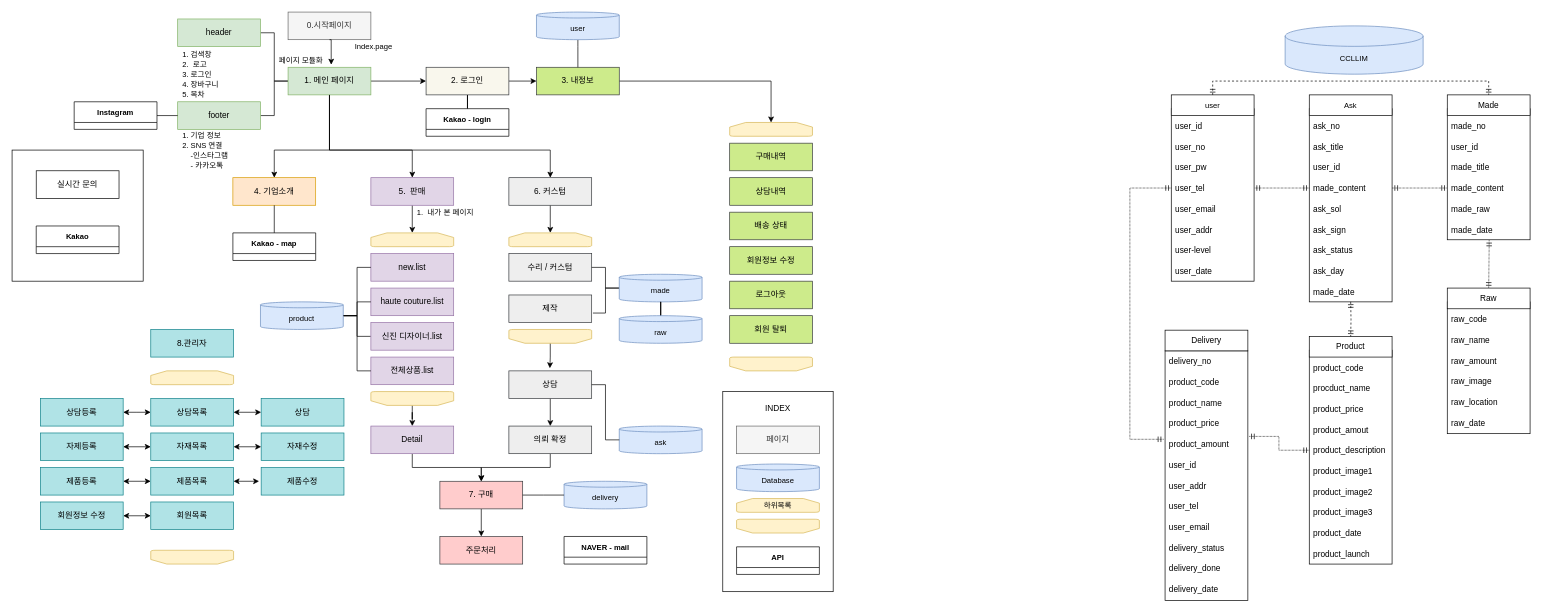
Earlier version of the draw.io diagram CCLLIM/CCLLIM.drawio (Kray273/JSPLab). Source tidied: cells renumbered, new cells numbered last; positions are measured from the earlier drawing's top-left corner, leaving out a move shared by most shapes. Both pictures are drawn from the tidied source at 69%, with x=0, y=0 at pixel (12, 12).
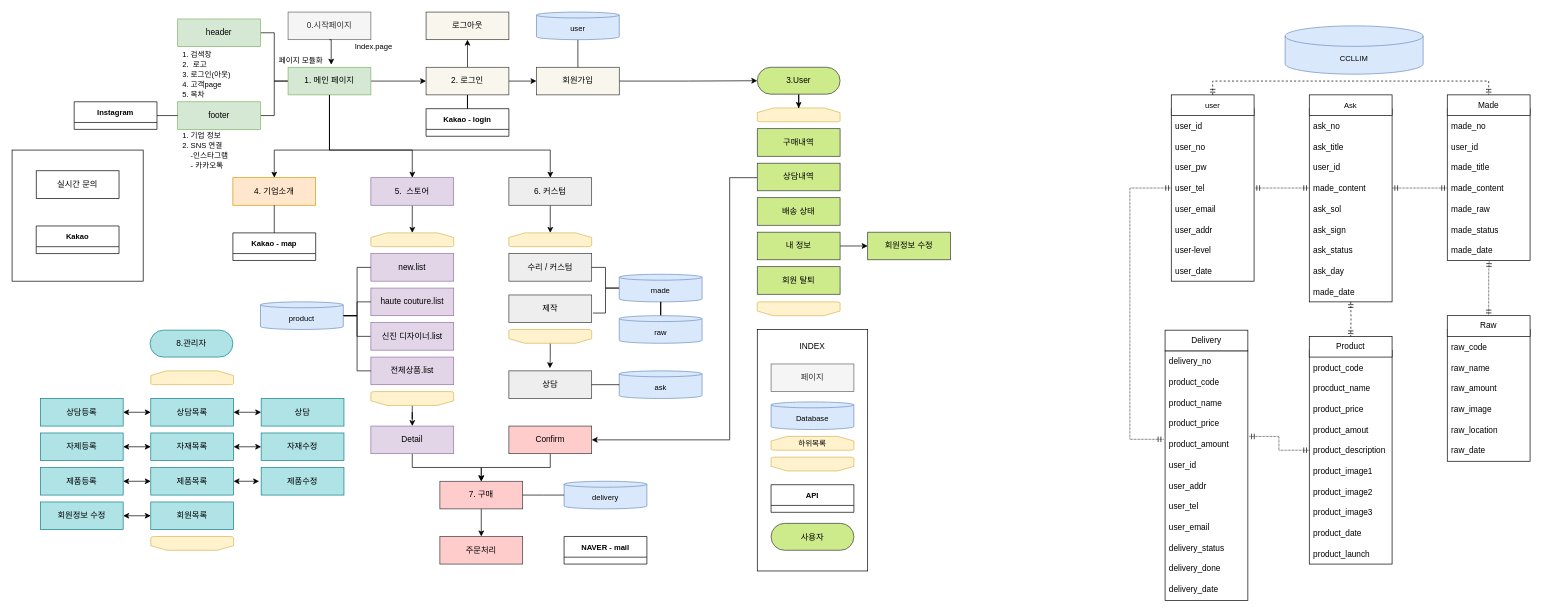
Above is the later version.

Unchanged cells that the change refers to:
```xml
<mxCell id="19" value="2. 로그인" style="rounded=0;whiteSpace=wrap;html=1;fillColor=#f9f7ed;strokeColor=#36393d;" parent="1" vertex="1">
  <mxGeometry x="600" y="80" width="120" height="40" as="geometry" />
</mxCell>
<mxCell id="35" value="상담" style="rounded=0;whiteSpace=wrap;html=1;fillColor=#eeeeee;strokeColor=#36393d;" parent="1" vertex="1">
  <mxGeometry x="720" y="520" width="120" height="40" as="geometry" />
</mxCell>
<mxCell id="134" value="Raw" style="rounded=0;whiteSpace=wrap;html=1;" parent="128" vertex="1">
  <mxGeometry width="120" height="30" as="geometry" />
</mxCell>
```

Change to the diagram source:
```diff
@@
-    <mxCell id="14" value="5.&amp;nbsp; 판매" style="rounded=0;whiteSpace=wrap;html=1;fillColor=#e1d5e7;strokeColor=#9673a6;" parent="1" vertex="1">
+    <mxCell id="14" value="5.&amp;nbsp; 스토어" style="rounded=0;whiteSpace=wrap;html=1;fillColor=#e1d5e7;strokeColor=#9673a6;" parent="1" vertex="1">
       <mxGeometry x="520" y="240" width="120" height="40" as="geometry" />
     </mxCell>
@@
+    <mxCell id="187" style="edgeStyle=orthogonalEdgeStyle;rounded=0;jettySize=auto;html=1;entryX=0.5;entryY=1;entryDx=0;entryDy=0;" parent="1" edge="1" source="19" target="191">
+      <mxGeometry relative="1" as="geometry" />
+    </mxCell>
@@
-    <mxCell id="20" style="edgeStyle=orthogonalEdgeStyle;rounded=0;jettySize=auto;html=1;entryX=0.5;entryY=0;entryDx=0;entryDy=0;entryPerimeter=0;fontSize=11;endArrow=classic;endFill=1;" parent="1" edge="1" source="21" target="59">
+    <mxCell id="20" style="edgeStyle=orthogonalEdgeStyle;rounded=0;jettySize=auto;html=1;fontSize=11;endArrow=classic;endFill=1;entryX=0;entryY=0.5;entryDx=0;entryDy=0;" parent="1" edge="1" source="21" target="193">
       <mxGeometry relative="1" as="geometry" />
     </mxCell>
-    <mxCell id="21" value="3. 내정보" style="rounded=0;whiteSpace=wrap;html=1;fillColor=#cdeb8b;strokeColor=#36393d;" parent="1" vertex="1">
+    <mxCell id="21" value="회원가입" style="rounded=0;whiteSpace=wrap;html=1;fillColor=#f9f7ed;strokeColor=#36393d;" parent="1" vertex="1">
       <mxGeometry x="760" y="80" width="120" height="40" as="geometry" />
     </mxCell>
@@
-    <mxCell id="24" value="&lt;span style=&quot;font-size: 11px;&quot;&gt;1. 검색창&lt;br&gt;2.&amp;nbsp; 로고&amp;nbsp;&lt;br&gt;3. 로그인&lt;br&gt;4. 장바구니&lt;br&gt;5. 목차&lt;br&gt;&lt;/span&gt;" style="text;html=1;strokeColor=none;fillColor=none;align=left;verticalAlign=middle;whiteSpace=wrap;rounded=0;spacingLeft=5;" parent="1" vertex="1">
+    <mxCell id="24" value="&lt;span style=&quot;font-size: 11px;&quot;&gt;1. 검색창&lt;br&gt;2.&amp;nbsp; 로고&amp;nbsp;&lt;br&gt;3. 로그인(아웃)&lt;br&gt;4. 고객page&lt;br&gt;5. 목차&lt;br&gt;&lt;/span&gt;" style="text;html=1;strokeColor=none;fillColor=none;align=left;verticalAlign=middle;whiteSpace=wrap;rounded=0;spacingLeft=5;" parent="1" vertex="1">
       <mxGeometry x="240" y="50" width="120" height="80" as="geometry" />
     </mxCell>
-    <mxCell id="25" value="&lt;span style=&quot;font-size: 11px;&quot;&gt;1.&amp;nbsp; 내가 본 페이지&lt;br&gt;&lt;/span&gt;" style="text;html=1;strokeColor=none;fillColor=none;align=left;verticalAlign=middle;whiteSpace=wrap;rounded=0;spacingLeft=5;" parent="1" vertex="1">
-      <mxGeometry x="580" y="270" width="120" height="40" as="geometry" />
-    </mxCell>
@@
-    <mxCell id="34" style="edgeStyle=orthogonalEdgeStyle;rounded=0;jettySize=auto;html=1;entryX=0.5;entryY=0;entryDx=0;entryDy=0;fontSize=11;endArrow=classic;endFill=1;" parent="1" edge="1" source="35" target="67">
-      <mxGeometry relative="1" as="geometry" />
-    </mxCell>
@@
     <mxCell id="46" value="ask" style="shape=cylinder3;whiteSpace=wrap;html=1;boundedLbl=1;backgroundOutline=1;size=4.285714285714278;fontSize=11;fillColor=#dae8fc;strokeColor=#6c8ebf;" parent="1" vertex="1">
-      <mxGeometry x="880" y="600" width="120" height="40" as="geometry" />
+      <mxGeometry x="880" y="520" width="120" height="40" as="geometry" />
     </mxCell>
@@
     <mxCell id="59" style="strokeWidth=1;html=1;shape=mxgraph.flowchart.loop_limit;whiteSpace=wrap;fontSize=11;fillColor=#fff2cc;strokeColor=#d6b656;" parent="1" vertex="1">
-      <mxGeometry x="1040" y="160" width="120" height="20" as="geometry" />
+      <mxGeometry x="1080" y="139" width="120" height="20" as="geometry" />
     </mxCell>
     <mxCell id="60" value="구매내역" style="rounded=0;whiteSpace=wrap;html=1;fillColor=#cdeb8b;strokeColor=#36393d;" parent="1" vertex="1">
-      <mxGeometry x="1040" y="190" width="120" height="40" as="geometry" />
+      <mxGeometry x="1080" y="169" width="120" height="40" as="geometry" />
     </mxCell>
+    <mxCell id="188" style="edgeStyle=orthogonalEdgeStyle;rounded=0;jettySize=auto;html=1;entryX=1;entryY=0.5;entryDx=0;entryDy=0;" parent="1" edge="1" source="61" target="67">
+      <mxGeometry relative="1" as="geometry">
+        <Array as="points">
+          <mxPoint x="1040" y="240" />
+          <mxPoint x="1040" y="620" />
+        </Array>
+      </mxGeometry>
+    </mxCell>
     <mxCell id="61" value="상담내역" style="rounded=0;whiteSpace=wrap;html=1;fillColor=#cdeb8b;strokeColor=#36393d;" parent="1" vertex="1">
-      <mxGeometry x="1040" y="240" width="120" height="40" as="geometry" />
+      <mxGeometry x="1080" y="219" width="120" height="40" as="geometry" />
     </mxCell>
     <mxCell id="62" value="배송 상태" style="rounded=0;whiteSpace=wrap;html=1;fillColor=#cdeb8b;strokeColor=#36393d;" parent="1" vertex="1">
-      <mxGeometry x="1040" y="290" width="120" height="40" as="geometry" />
+      <mxGeometry x="1080" y="269" width="120" height="40" as="geometry" />
     </mxCell>
     <mxCell id="63" value="회원정보 수정" style="rounded=0;whiteSpace=wrap;html=1;fillColor=#cdeb8b;strokeColor=#36393d;" parent="1" vertex="1">
-      <mxGeometry x="1040" y="340" width="120" height="40" as="geometry" />
+      <mxGeometry x="1240" y="319" width="120" height="40" as="geometry" />
     </mxCell>
+    <mxCell id="189" style="edgeStyle=orthogonalEdgeStyle;rounded=0;jettySize=auto;html=1;entryX=0;entryY=0.5;entryDx=0;entryDy=0;" parent="1" edge="1" source="64" target="63">
+      <mxGeometry relative="1" as="geometry" />
+    </mxCell>
-    <mxCell id="64" value="로그아웃" style="rounded=0;whiteSpace=wrap;html=1;fillColor=#cdeb8b;strokeColor=#36393d;" parent="1" vertex="1">
-      <mxGeometry x="1040" y="390" width="120" height="40" as="geometry" />
+    <mxCell id="64" value="내 정보" style="rounded=0;whiteSpace=wrap;html=1;fillColor=#cdeb8b;strokeColor=#36393d;" parent="1" vertex="1">
+      <mxGeometry x="1080" y="319" width="120" height="40" as="geometry" />
     </mxCell>
     <mxCell id="65" style="strokeWidth=1;html=1;shape=mxgraph.flowchart.loop_limit;whiteSpace=wrap;fontSize=11;direction=west;fillColor=#fff2cc;strokeColor=#d6b656;" parent="1" vertex="1">
-      <mxGeometry x="1040" y="500" width="120" height="20" as="geometry" />
+      <mxGeometry x="1080" y="420" width="120" height="20" as="geometry" />
     </mxCell>
@@
-    <mxCell id="67" value="의뢰 확정" style="rounded=0;whiteSpace=wrap;html=1;fillColor=#eeeeee;strokeColor=#36393d;" parent="1" vertex="1">
+    <mxCell id="67" value="Confirm" style="rounded=0;whiteSpace=wrap;html=1;fillColor=#ffcccc;strokeColor=#36393d;" parent="1" vertex="1">
       <mxGeometry x="720" y="600" width="120" height="40" as="geometry" />
     </mxCell>
@@
-    <mxCell id="119" style="group;" parent="1" vertex="1">
-      <mxGeometry x="2080" y="120" width="130" height="210" as="geometry" />
-    </mxCell>
-    <mxCell id="120" style="rounded=0;whiteSpace=wrap;html=1;" parent="119" vertex="1">
-      <mxGeometry y="20" width="120" height="190" as="geometry" />
-    </mxCell>
-    <mxCell id="121" value="made_title" style="text;strokeColor=none;fillColor=none;align=left;verticalAlign=middle;spacingLeft=4;spacingRight=4;overflow=hidden;" parent="119" vertex="1">
-      <mxGeometry y="90" width="120" height="30" as="geometry" />
-    </mxCell>
-    <mxCell id="122" value="user_id" style="text;strokeColor=none;fillColor=none;align=left;verticalAlign=middle;spacingLeft=4;spacingRight=4;overflow=hidden;" parent="119" vertex="1">
-      <mxGeometry y="60" width="120" height="30" as="geometry" />
-    </mxCell>
-    <mxCell id="123" value="made_content" style="text;strokeColor=none;fillColor=none;align=left;verticalAlign=middle;spacingLeft=4;spacingRight=4;overflow=hidden;points=[[0,0.5],[1,0.5]];portConstraint=eastwest;" parent="119" vertex="1">
-      <mxGeometry y="120" width="120" height="30" as="geometry" />
-    </mxCell>
-    <mxCell id="124" value="made_raw" style="text;strokeColor=none;fillColor=none;align=left;verticalAlign=middle;spacingLeft=4;spacingRight=4;overflow=hidden;" parent="119" vertex="1">
-      <mxGeometry y="150" width="120" height="30" as="geometry" />
-    </mxCell>
-    <mxCell id="125" value="made_date" style="text;strokeColor=none;fillColor=none;align=left;verticalAlign=middle;spacingLeft=4;spacingRight=4;overflow=hidden;points=[[0,0.5],[1,0.5]];portConstraint=eastwest;" parent="119" vertex="1">
-      <mxGeometry y="180" width="120" height="30" as="geometry" />
-    </mxCell>
-    <mxCell id="126" value="made_no    " style="text;strokeColor=none;fillColor=none;align=left;verticalAlign=middle;spacingLeft=4;spacingRight=4;overflow=hidden;" parent="119" vertex="1">
-      <mxGeometry y="30" width="130" height="30" as="geometry" />
-    </mxCell>
-    <mxCell id="127" value="&lt;span style=&quot;&quot;&gt;Made&lt;/span&gt;" style="rounded=0;whiteSpace=wrap;html=1;" parent="119" vertex="1">
-      <mxGeometry width="120" height="30" as="geometry" />
-    </mxCell>
     <mxCell id="128" style="group;" parent="1" vertex="1">
-      <mxGeometry x="2080" y="400" width="130" height="211" as="geometry" />
+      <mxGeometry x="2080" y="440" width="130" height="211" as="geometry" />
     </mxCell>
@@
-    <mxCell id="154" style="rounded=0;jettySize=auto;html=1;entryX=0.5;entryY=0;entryDx=0;entryDy=0;dashed=1;startArrow=ERmandOne;startFill=0;endArrow=ERmandOne;endFill=0;strokeWidth=1;dashPattern=1 1;edgeStyle=orthogonalEdgeStyle;exitX=0.506;exitY=1.026;exitDx=0;exitDy=0;exitPerimeter=0;" parent="1" edge="1" source="125">
+    <mxCell id="154" style="rounded=0;jettySize=auto;html=1;entryX=0.5;entryY=0;entryDx=0;entryDy=0;dashed=1;startArrow=ERmandOne;startFill=0;endArrow=ERmandOne;endFill=0;strokeWidth=1;dashPattern=1 1;edgeStyle=orthogonalEdgeStyle;exitX=0.506;exitY=1.018;exitDx=0;exitDy=0;exitPerimeter=0;" parent="1" edge="1" source="125" target="134">
       <mxGeometry relative="1" as="geometry">
-        <mxPoint x="2140" y="400" as="targetPoint" />
         <Array as="points">
-          <mxPoint x="2141" y="340" />
-          <mxPoint x="2140" y="340" />
+          <mxPoint x="2141" y="380" />
+          <mxPoint x="2141" y="440" />
         </Array>
       </mxGeometry>
     </mxCell>
@@
     <mxCell id="161" style="strokeWidth=1;html=1;shape=mxgraph.flowchart.loop_limit;whiteSpace=wrap;fontSize=11;direction=west;fillColor=#fff2cc;strokeColor=#d6b656;" parent="1" vertex="1">
-      <mxGeometry x="201" y="780" width="120" height="20" as="geometry" />
+      <mxGeometry x="201" y="760" width="120" height="20" as="geometry" />
     </mxCell>
@@
-    <mxCell id="176" value="8.관리자" style="rounded=0;whiteSpace=wrap;html=1;fillColor=#b0e3e6;strokeColor=#0e8088;" parent="1" vertex="1">
-      <mxGeometry x="201" y="460" width="120" height="40" as="geometry" />
-    </mxCell>
     <mxCell id="177" style="rounded=0;whiteSpace=wrap;html=1;" parent="1" vertex="1">
-      <mxGeometry x="1030" y="550" width="160" height="290" as="geometry" />
+      <mxGeometry x="1080" y="460" width="160" height="350" as="geometry" />
     </mxCell>
     <mxCell id="178" value="페이지" style="rounded=0;whiteSpace=wrap;html=1;fillColor=#f5f5f5;fontColor=#333333;strokeColor=#666666;" parent="1" vertex="1">
-      <mxGeometry x="1050" y="600" width="120" height="40" as="geometry" />
+      <mxGeometry x="1100" y="510" width="120" height="40" as="geometry" />
     </mxCell>
     <mxCell id="179" value="Database" style="shape=cylinder3;whiteSpace=wrap;html=1;boundedLbl=1;backgroundOutline=1;size=4.285714285714278;fontSize=11;fillColor=#dae8fc;strokeColor=#6c8ebf;" parent="1" vertex="1">
-      <mxGeometry x="1050" y="655" width="120" height="40" as="geometry" />
+      <mxGeometry x="1100" y="565" width="120" height="40" as="geometry" />
     </mxCell>
     <mxCell id="180" value="하위목록" style="strokeWidth=1;html=1;shape=mxgraph.flowchart.loop_limit;whiteSpace=wrap;fontSize=11;fillColor=#fff2cc;strokeColor=#d6b656;" parent="1" vertex="1">
-      <mxGeometry x="1050" y="705" width="120" height="20" as="geometry" />
+      <mxGeometry x="1100" y="615" width="120" height="20" as="geometry" />
     </mxCell>
     <mxCell id="181" style="strokeWidth=1;html=1;shape=mxgraph.flowchart.loop_limit;whiteSpace=wrap;fontSize=11;direction=west;fillColor=#fff2cc;strokeColor=#d6b656;" parent="1" vertex="1">
-      <mxGeometry x="1050" y="735" width="120" height="20" as="geometry" />
+      <mxGeometry x="1100" y="645" width="120" height="20" as="geometry" />
     </mxCell>
     <mxCell id="182" value="API" style="swimlane;fontSize=11;startSize=30;" parent="1" vertex="1">
-      <mxGeometry x="1050" y="775" width="120" height="40" as="geometry" />
+      <mxGeometry x="1100" y="685" width="120" height="40" as="geometry" />
     </mxCell>
     <mxCell id="183" value="INDEX" style="text;html=1;strokeColor=none;fillColor=none;align=center;verticalAlign=middle;whiteSpace=wrap;rounded=0;" parent="1" vertex="1">
-      <mxGeometry x="1080" y="560" width="60" height="30" as="geometry" />
+      <mxGeometry x="1130" y="470" width="60" height="30" as="geometry" />
     </mxCell>
     <mxCell id="184" value="회원 탈퇴" style="rounded=0;whiteSpace=wrap;html=1;fillColor=#cdeb8b;strokeColor=#36393d;" parent="1" vertex="1">
-      <mxGeometry x="1040" y="440" width="120" height="40" as="geometry" />
+      <mxGeometry x="1080" y="369" width="120" height="40" as="geometry" />
     </mxCell>
@@
+    <mxCell id="120" style="rounded=0;whiteSpace=wrap;html=1;" parent="1" vertex="1">
+      <mxGeometry x="2080" y="140" width="120" height="220" as="geometry" />
+    </mxCell>
+    <mxCell id="121" value="made_title" style="text;strokeColor=none;fillColor=none;align=left;verticalAlign=middle;spacingLeft=4;spacingRight=4;overflow=hidden;" parent="1" vertex="1">
+      <mxGeometry x="2080" y="210" width="120" height="30" as="geometry" />
+    </mxCell>
+    <mxCell id="122" value="user_id" style="text;strokeColor=none;fillColor=none;align=left;verticalAlign=middle;spacingLeft=4;spacingRight=4;overflow=hidden;" parent="1" vertex="1">
+      <mxGeometry x="2080" y="180" width="120" height="30" as="geometry" />
+    </mxCell>
+    <mxCell id="123" value="made_content" style="text;strokeColor=none;fillColor=none;align=left;verticalAlign=middle;spacingLeft=4;spacingRight=4;overflow=hidden;points=[[0,0.5],[1,0.5]];portConstraint=eastwest;" parent="1" vertex="1">
+      <mxGeometry x="2080" y="240" width="120" height="30" as="geometry" />
+    </mxCell>
+    <mxCell id="124" value="made_raw" style="text;strokeColor=none;fillColor=none;align=left;verticalAlign=middle;spacingLeft=4;spacingRight=4;overflow=hidden;" parent="1" vertex="1">
+      <mxGeometry x="2080" y="270" width="120" height="30" as="geometry" />
+    </mxCell>
+    <mxCell id="125" value="made_date" style="text;strokeColor=none;fillColor=none;align=left;verticalAlign=middle;spacingLeft=4;spacingRight=4;overflow=hidden;points=[[0,0.5],[1,0.5]];portConstraint=eastwest;" parent="1" vertex="1">
+      <mxGeometry x="2080" y="330" width="120" height="30" as="geometry" />
+    </mxCell>
+    <mxCell id="126" value="made_no    " style="text;strokeColor=none;fillColor=none;align=left;verticalAlign=middle;spacingLeft=4;spacingRight=4;overflow=hidden;" parent="1" vertex="1">
+      <mxGeometry x="2080" y="150" width="130" height="30" as="geometry" />
+    </mxCell>
+    <mxCell id="127" value="&lt;span style=&quot;&quot;&gt;Made&lt;/span&gt;" style="rounded=0;whiteSpace=wrap;html=1;" parent="1" vertex="1">
+      <mxGeometry x="2080" y="120" width="120" height="30" as="geometry" />
+    </mxCell>
+    <mxCell id="190" value="made_status" style="text;strokeColor=none;fillColor=none;align=left;verticalAlign=middle;spacingLeft=4;spacingRight=4;overflow=hidden;" parent="1" vertex="1">
+      <mxGeometry x="2080" y="300" width="120" height="30" as="geometry" />
+    </mxCell>
+    <mxCell id="191" value="로그아웃" style="rounded=0;whiteSpace=wrap;html=1;fillColor=#f9f7ed;strokeColor=#36393d;" parent="1" vertex="1">
+      <mxGeometry x="600" width="120" height="40" as="geometry" />
+    </mxCell>
+    <mxCell id="176" value="8.관리자" style="rounded=1;whiteSpace=wrap;html=1;fillColor=#b0e3e6;strokeColor=#0e8088;arcSize=50;" parent="1" vertex="1">
+      <mxGeometry x="200" y="461" width="120" height="39" as="geometry" />
+    </mxCell>
+    <mxCell id="192" style="edgeStyle=orthogonalEdgeStyle;rounded=0;jettySize=auto;html=1;entryX=0.5;entryY=0;entryDx=0;entryDy=0;entryPerimeter=0;" parent="1" edge="1" source="193" target="59">
+      <mxGeometry relative="1" as="geometry" />
+    </mxCell>
+    <mxCell id="193" value="3.User" style="rounded=1;whiteSpace=wrap;html=1;fillColor=#cdeb8b;strokeColor=#36393d;arcSize=50;" parent="1" vertex="1">
+      <mxGeometry x="1080" y="80" width="120" height="39" as="geometry" />
+    </mxCell>
+    <mxCell id="194" value="사용자" style="rounded=1;whiteSpace=wrap;html=1;fillColor=#cdeb8b;strokeColor=#36393d;arcSize=50;" parent="1" vertex="1">
+      <mxGeometry x="1100" y="741" width="120" height="39" as="geometry" />
+    </mxCell>
```
